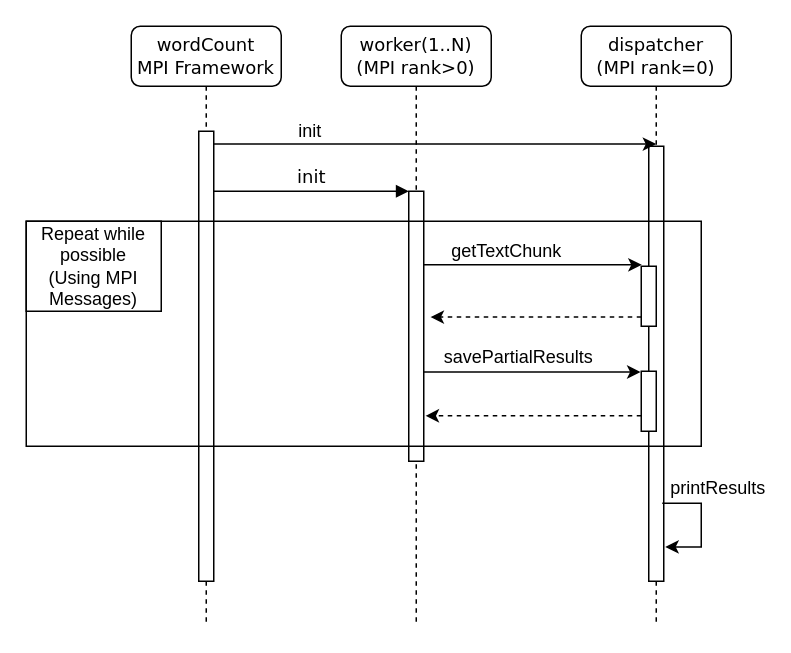
Earlier version of the draw.io diagram project/version03_MPI/report/wordCountInteraction.drawio (FilipeLopesPires/Multithreaded-WordCount). Source tidied: cells renumbered, new cells numbered last; positions are measured from the earlier drawing's top-left corner, leaving out a move shared by most shapes. Both pictures are drawn from the tidied source at 150%, with x=0, y=0 at pixel (26, 26).
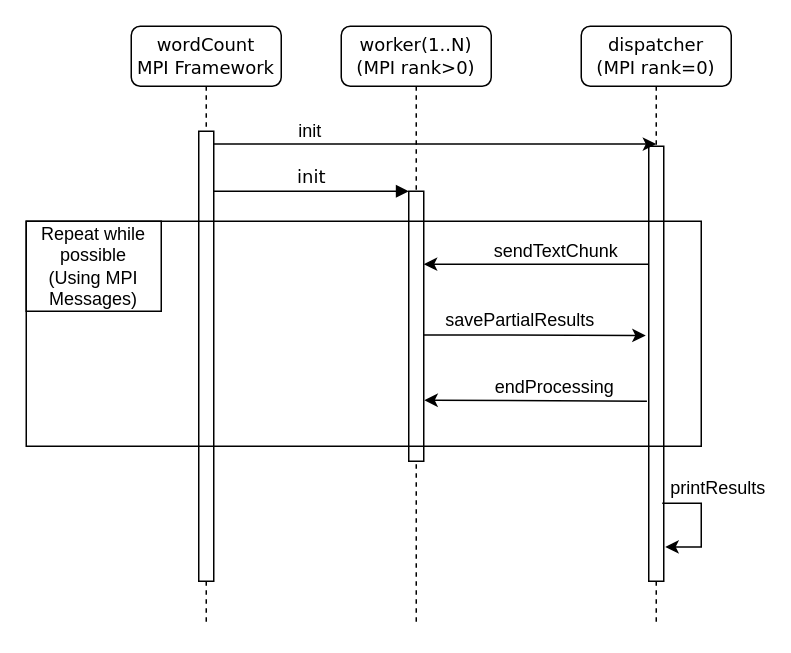
The same diagram, later.

The change refers to these unchanged cells:
```xml
<mxCell id="3" style="html=1;points=[];perimeter=orthogonalPerimeter;rounded=0;shadow=0;comic=0;labelBackgroundColor=none;strokeWidth=1;fontFamily=Verdana;fontSize=12;align=center;" parent="2" vertex="1">
  <mxGeometry x="45" y="110" width="10" height="180" as="geometry" />
</mxCell>
<mxCell id="4" value="dispatcher&lt;br&gt;(MPI rank=0)" style="shape=umlLifeline;perimeter=lifelinePerimeter;whiteSpace=wrap;html=1;rounded=1;shadow=0;comic=0;labelBackgroundColor=none;strokeWidth=1;fontFamily=Verdana;fontSize=12;align=center;" parent="1" vertex="1">
  <mxGeometry x="370" width="100" height="400" as="geometry" />
</mxCell>
<mxCell id="5" style="html=1;points=[];perimeter=orthogonalPerimeter;rounded=0;shadow=0;comic=0;labelBackgroundColor=none;strokeWidth=1;fontFamily=Verdana;fontSize=12;align=center;" parent="4" vertex="1">
  <mxGeometry x="45" y="80" width="10" height="290" as="geometry" />
</mxCell>
```

Diff of the diagram source:
```diff
@@
-    <mxCell id="6" style="html=1;points=[];perimeter=orthogonalPerimeter;rounded=0;shadow=0;comic=0;labelBackgroundColor=none;strokeWidth=1;fontFamily=Verdana;fontSize=12;align=center;" parent="4" vertex="1">
-      <mxGeometry x="40" y="160" width="10" height="40" as="geometry" />
-    </mxCell>
-    <mxCell id="7" style="html=1;points=[];perimeter=orthogonalPerimeter;rounded=0;shadow=0;comic=0;labelBackgroundColor=none;strokeWidth=1;fontFamily=Verdana;fontSize=12;align=center;" parent="4" vertex="1">
-      <mxGeometry x="40" y="230" width="10" height="40" as="geometry" />
-    </mxCell>
-    <mxCell id="8" style="edgeStyle=none;rounded=0;jettySize=auto;html=1;entryX=-0.05;entryY=0.013;entryDx=0;entryDy=0;entryPerimeter=0;" parent="4" edge="1" target="7">
-      <mxGeometry relative="1" as="geometry">
-        <mxPoint x="-105" y="230.5" as="sourcePoint" />
-      </mxGeometry>
-    </mxCell>
-    <mxCell id="9" value="savePartialResults" style="text;html=1;align=center;verticalAlign=middle;labelBackgroundColor=#ffffff;" parent="8" vertex="1">
-      <mxGeometry x="-0.13" y="-1" relative="1" as="geometry">
-        <mxPoint y="-11" as="offset" />
-      </mxGeometry>
-    </mxCell>
-    <mxCell id="10" style="edgeStyle=none;rounded=0;jettySize=auto;html=1;entryX=1.117;entryY=0.776;entryDx=0;entryDy=0;entryPerimeter=0;dashed=1;" parent="4" edge="1" source="7">
-      <mxGeometry relative="1" as="geometry">
-        <mxPoint x="-103.8" y="259.7" as="targetPoint" />
-      </mxGeometry>
-    </mxCell>
@@
-    <mxCell id="18" style="edgeStyle=none;rounded=0;jettySize=auto;html=1;entryX=0.033;entryY=-0.023;entryDx=0;entryDy=0;entryPerimeter=0;" parent="1" edge="1" source="3" target="6">
+    <mxCell id="18" style="edgeStyle=none;rounded=0;jettySize=auto;html=1;exitX=0;exitY=0.271;exitDx=0;exitDy=0;exitPerimeter=0;" parent="1" edge="1" source="5" target="3">
       <mxGeometry relative="1" as="geometry" />
     </mxCell>
-    <mxCell id="19" value="getTextChunk" style="text;html=1;align=center;verticalAlign=middle;labelBackgroundColor=#ffffff;" parent="18" vertex="1">
+    <mxCell id="19" value="sendTextChunk" style="text;html=1;align=center;verticalAlign=middle;labelBackgroundColor=#ffffff;" parent="18" vertex="1">
       <mxGeometry x="-0.25" y="2" relative="1" as="geometry">
-        <mxPoint y="-8" as="offset" />
+        <mxPoint x="-6.3" y="-11.1" as="offset" />
       </mxGeometry>
     </mxCell>
-    <mxCell id="20" style="edgeStyle=none;rounded=0;jettySize=auto;html=1;entryX=1.45;entryY=0.466;entryDx=0;entryDy=0;entryPerimeter=0;dashed=1;" parent="1" edge="1" source="6" target="3">
-      <mxGeometry relative="1" as="geometry" />
-    </mxCell>
+    <mxCell id="22" value="Repeat while&lt;br&gt;possible&lt;br&gt;(Using MPI Messages)" style="rounded=0;whiteSpace=wrap;html=1;fillColor=none;" parent="1" vertex="1">
+      <mxGeometry y="130" width="90" height="60" as="geometry" />
+    </mxCell>
+    <mxCell id="8" style="edgeStyle=none;rounded=0;jettySize=auto;html=1;entryX=-0.2;entryY=0.435;entryDx=0;entryDy=0;entryPerimeter=0;exitX=1;exitY=0.532;exitDx=0;exitDy=0;exitPerimeter=0;" parent="1" edge="1" source="3" target="5">
+      <mxGeometry relative="1" as="geometry" />
+    </mxCell>
+    <mxCell id="9" value="savePartialResults" style="text;html=1;align=center;verticalAlign=middle;labelBackgroundColor=#ffffff;" parent="8" vertex="1">
+      <mxGeometry x="-0.13" y="-1" relative="1" as="geometry">
+        <mxPoint y="-11" as="offset" />
+      </mxGeometry>
+    </mxCell>
+    <mxCell id="23" style="edgeStyle=none;rounded=0;jettySize=auto;html=1;exitX=-0.12;exitY=0.586;exitDx=0;exitDy=0;exitPerimeter=0;entryX=1.04;entryY=0.774;entryDx=0;entryDy=0;entryPerimeter=0;" parent="1" edge="1" source="5" target="3">
+      <mxGeometry relative="1" as="geometry" />
+    </mxCell>
+    <mxCell id="24" value="endProcessing" style="text;html=1;align=center;verticalAlign=middle;labelBackgroundColor=#ffffff;" parent="23" vertex="1">
+      <mxGeometry x="-0.25" y="2" relative="1" as="geometry">
+        <mxPoint x="-6.3" y="-11.1" as="offset" />
+      </mxGeometry>
+    </mxCell>
@@
-    <mxCell id="22" value="Repeat while&lt;br&gt;possible&lt;br&gt;(Using MPI Messages)" style="rounded=0;whiteSpace=wrap;html=1;fillColor=none;" parent="1" vertex="1">
-      <mxGeometry y="130" width="90" height="60" as="geometry" />
-    </mxCell>
```
